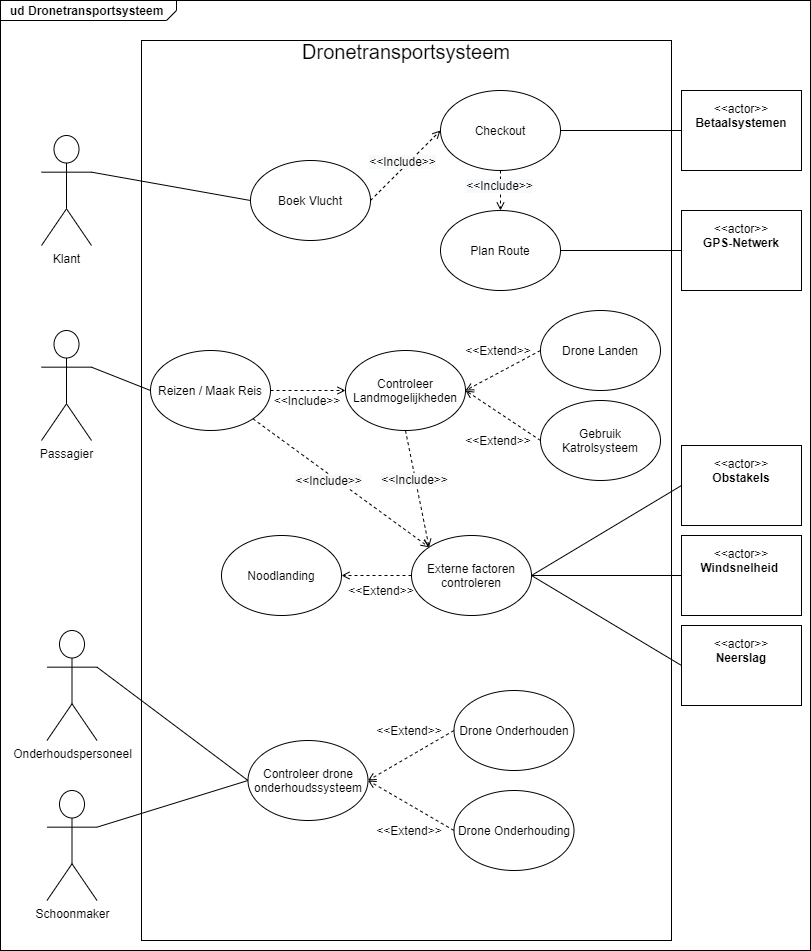
Above: Usecases/usecases.png in ASCanak/SysEn (draw.io), before the change. Source tidied: cells renumbered, new cells last; positions are measured from the earlier drawing's top-left corner, leaving out a move shared by most shapes.
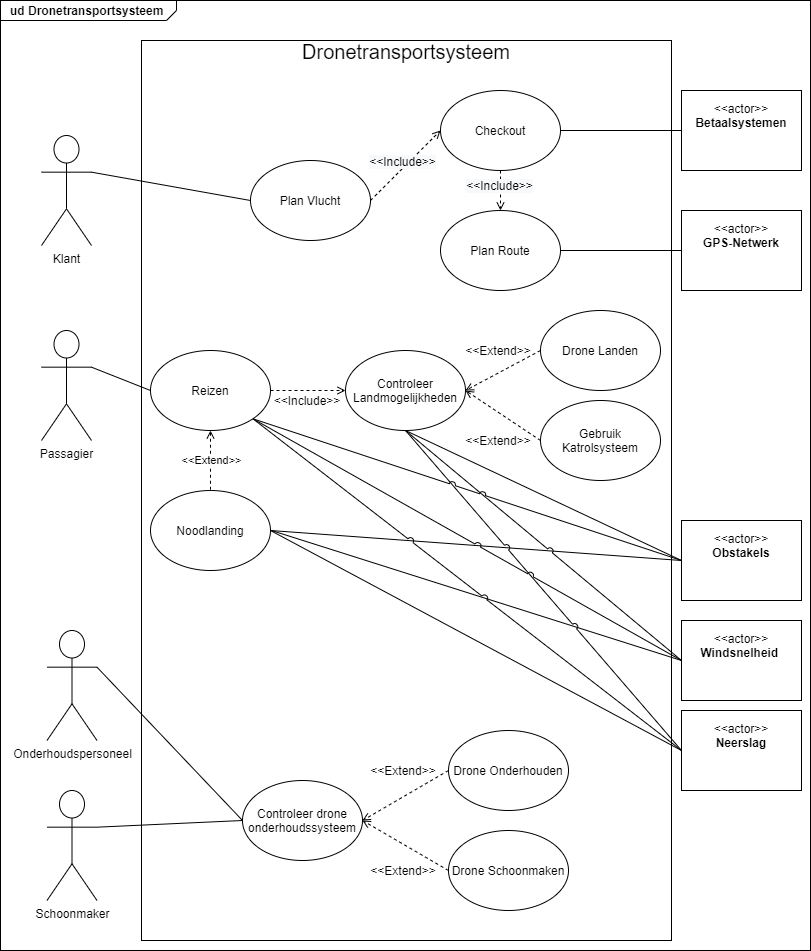
After the change.

What changed in the source:
```diff
@@ -18,13 +18,13 @@
       <mxGeometry x="46.5" y="790" width="50" height="110" as="geometry" />
     </mxCell>
     <mxCell id="7" value="&lt;p&gt;&amp;lt;&amp;lt;actor&amp;gt;&amp;gt;&lt;br&gt;&lt;b&gt;Windsnelheid&amp;nbsp;&lt;/b&gt;&lt;/p&gt;" style="shape=rect;html=1;overflow=fill;whiteSpace=wrap;align=center;" parent="1" vertex="1">
-      <mxGeometry x="681" y="535" width="120" height="80" as="geometry" />
+      <mxGeometry x="681" y="620" width="120" height="80" as="geometry" />
     </mxCell>
     <mxCell id="8" value="&lt;p&gt;&amp;lt;&amp;lt;actor&amp;gt;&amp;gt;&lt;br&gt;&lt;b&gt;Neerslag&lt;/b&gt;&lt;/p&gt;" style="shape=rect;html=1;overflow=fill;whiteSpace=wrap;align=center;" parent="1" vertex="1">
-      <mxGeometry x="681" y="625" width="120" height="80" as="geometry" />
+      <mxGeometry x="681" y="710" width="120" height="80" as="geometry" />
     </mxCell>
     <mxCell id="9" value="&lt;p&gt;&amp;lt;&amp;lt;actor&amp;gt;&amp;gt;&lt;br&gt;&lt;b&gt;Obstakels&lt;/b&gt;&lt;/p&gt;" style="shape=rect;html=1;overflow=fill;whiteSpace=wrap;align=center;" parent="1" vertex="1">
-      <mxGeometry x="681" y="445" width="120" height="80" as="geometry" />
+      <mxGeometry x="681" y="520" width="120" height="80" as="geometry" />
     </mxCell>
     <mxCell id="10" value="&lt;p&gt;&amp;lt;&amp;lt;actor&amp;gt;&amp;gt;&lt;br&gt;&lt;b&gt;GPS-Netwerk&lt;/b&gt;&lt;/p&gt;" style="shape=rect;html=1;overflow=fill;whiteSpace=wrap;align=center;" parent="1" vertex="1">
       <mxGeometry x="681" y="210" width="120" height="80" as="geometry" />
@@ -32,26 +32,23 @@
     <mxCell id="11" value="&lt;font style=&quot;font-size: 20px&quot;&gt;Dronetransportsysteem&lt;/font&gt;&lt;p style=&quot;margin: 0px ; margin-top: 4px ; text-align: center ; text-decoration: underline&quot;&gt;&lt;/p&gt;" style="shape=rect;html=1;overflow=fill;whiteSpace=wrap;" parent="1" vertex="1">
       <mxGeometry x="141" y="40" width="530" height="900" as="geometry" />
     </mxCell>
-    <mxCell id="12" value="Boek Vlucht" style="ellipse;whiteSpace=wrap;html=1;" parent="1" vertex="1">
+    <mxCell id="12" value="Plan Vlucht" style="ellipse;whiteSpace=wrap;html=1;" parent="1" vertex="1">
       <mxGeometry x="250" y="160" width="120" height="80" as="geometry" />
     </mxCell>
-    <mxCell id="13" value="Reizen / Maak Reis" style="ellipse;whiteSpace=wrap;html=1;" parent="1" vertex="1">
+    <mxCell id="13" value="Reizen" style="ellipse;whiteSpace=wrap;html=1;" parent="1" vertex="1">
       <mxGeometry x="150" y="350" width="120" height="80" as="geometry" />
     </mxCell>
-    <mxCell id="14" value="Externe factoren controleren" style="ellipse;whiteSpace=wrap;html=1;" parent="1" vertex="1">
-      <mxGeometry x="411" y="535" width="120" height="80" as="geometry" />
-    </mxCell>
     <mxCell id="15" value="Controleer drone onderhoudssysteem" style="ellipse;whiteSpace=wrap;html=1;" parent="1" vertex="1">
-      <mxGeometry x="247.5" y="740" width="120" height="80" as="geometry" />
+      <mxGeometry x="242" y="780" width="120" height="80" as="geometry" />
     </mxCell>
     <mxCell id="16" value="Drone Onderhouden" style="ellipse;whiteSpace=wrap;html=1;" parent="1" vertex="1">
-      <mxGeometry x="453.5" y="690" width="120" height="80" as="geometry" />
+      <mxGeometry x="448" y="730" width="120" height="80" as="geometry" />
     </mxCell>
-    <mxCell id="17" value="Drone Onderhouding" style="ellipse;whiteSpace=wrap;html=1;" parent="1" vertex="1">
-      <mxGeometry x="453.5" y="790" width="120" height="80" as="geometry" />
+    <mxCell id="17" value="Drone Schoonmaken" style="ellipse;whiteSpace=wrap;html=1;" parent="1" vertex="1">
+      <mxGeometry x="448" y="830" width="120" height="80" as="geometry" />
     </mxCell>
     <mxCell id="18" value="Noodlanding" style="ellipse;whiteSpace=wrap;html=1;" parent="1" vertex="1">
-      <mxGeometry x="221" y="535" width="120" height="80" as="geometry" />
+      <mxGeometry x="150" y="490" width="120" height="80" as="geometry" />
     </mxCell>
     <mxCell id="19" value="Plan Route" style="ellipse;whiteSpace=wrap;html=1;" parent="1" vertex="1">
       <mxGeometry x="440" y="210" width="120" height="80" as="geometry" />
@@ -92,14 +89,11 @@
     <mxCell id="31" style="endArrow=open;html=1;exitX=0;exitY=0.5;exitDx=0;exitDy=0;dashed=1;endFill=0;entryX=1;entryY=0.5;entryDx=0;entryDy=0;" parent="1" edge="1" source="17" target="15">
       <mxGeometry relative="1" as="geometry" />
     </mxCell>
-    <mxCell id="32" value="&amp;lt;&amp;lt;Extend&amp;gt;&amp;gt;" style="text;html=1;strokeColor=none;fillColor=none;align=center;verticalAlign=middle;whiteSpace=wrap;rounded=0;" parent="1" vertex="1">
-      <mxGeometry x="361" y="580" width="40" height="20" as="geometry" />
-    </mxCell>
     <mxCell id="33" value="&amp;lt;&amp;lt;Extend&amp;gt;&amp;gt;" style="text;html=1;strokeColor=none;fillColor=none;align=center;verticalAlign=middle;whiteSpace=wrap;rounded=0;" parent="1" vertex="1">
-      <mxGeometry x="388.5" y="720" width="40" height="20" as="geometry" />
+      <mxGeometry x="383" y="760" width="40" height="20" as="geometry" />
     </mxCell>
     <mxCell id="34" value="&amp;lt;&amp;lt;Extend&amp;gt;&amp;gt;" style="text;html=1;strokeColor=none;fillColor=none;align=center;verticalAlign=middle;whiteSpace=wrap;rounded=0;" parent="1" vertex="1">
-      <mxGeometry x="388.5" y="820" width="40" height="20" as="geometry" />
+      <mxGeometry x="383" y="860" width="40" height="20" as="geometry" />
     </mxCell>
     <mxCell id="35" value="Checkout" style="ellipse;whiteSpace=wrap;html=1;" parent="1" vertex="1">
       <mxGeometry x="440" y="90" width="120" height="80" as="geometry" />
@@ -130,32 +124,25 @@
     <mxCell id="43" style="endArrow=none;html=1;exitX=1;exitY=0.3333333333333333;exitDx=0;exitDy=0;entryX=0;entryY=0.5;entryDx=0;entryDy=0;exitPerimeter=0;" parent="1" edge="1" source="5" target="13">
       <mxGeometry relative="1" as="geometry" />
     </mxCell>
-    <mxCell id="44" style="endArrow=open;html=1;exitX=0.5;exitY=1;exitDx=0;exitDy=0;dashed=1;endFill=0;entryX=0;entryY=0;entryDx=0;entryDy=0;" parent="1" edge="1" source="20" target="14">
-      <mxGeometry relative="1" as="geometry" />
-    </mxCell>
-    <mxCell id="45" value="&lt;span style=&quot;font-size: 12px ; background-color: rgb(248 , 249 , 250)&quot;&gt;&amp;lt;&amp;lt;Include&amp;gt;&amp;gt;&lt;/span&gt;" style="edgeLabel;html=1;align=center;verticalAlign=middle;" parent="44" vertex="1">
-      <mxGeometry x="-0.18" y="-1" relative="1" as="geometry" />
-    </mxCell>
-    <mxCell id="46" style="endArrow=open;html=1;exitX=0;exitY=0.5;exitDx=0;exitDy=0;dashed=1;endFill=0;entryX=1;entryY=0.5;entryDx=0;entryDy=0;" parent="1" edge="1" source="14" target="18">
+    <mxCell id="46" style="endArrow=none;html=1;exitX=0.5;exitY=1;exitDx=0;exitDy=0;dashed=1;endFill=0;entryX=0.5;entryY=0;entryDx=0;entryDy=0;startArrow=open;startFill=0;" parent="1" edge="1" source="13" target="18">
       <mxGeometry relative="1" as="geometry" />
     </mxCell>
+    <mxCell id="32" value="&amp;lt;&amp;lt;Extend&amp;gt;&amp;gt;" style="edgeLabel;html=1;align=center;verticalAlign=middle;" parent="46" vertex="1">
+      <mxGeometry x="-0.3" y="1" relative="1" as="geometry">
+        <mxPoint x="-1" y="8" as="offset" />
+      </mxGeometry>
+    </mxCell>
-    <mxCell id="47" style="endArrow=none;html=1;exitX=0;exitY=0.5;exitDx=0;exitDy=0;entryX=1;entryY=0.5;entryDx=0;entryDy=0;" parent="1" edge="1" source="9" target="14">
+    <mxCell id="47" style="endArrow=none;html=1;exitX=0;exitY=0.5;exitDx=0;exitDy=0;entryX=1;entryY=0.5;entryDx=0;entryDy=0;jumpStyle=arc;" parent="1" edge="1" source="9" target="18">
       <mxGeometry relative="1" as="geometry" />
     </mxCell>
-    <mxCell id="48" style="endArrow=none;html=1;exitX=0;exitY=0.5;exitDx=0;exitDy=0;entryX=1;entryY=0.5;entryDx=0;entryDy=0;" parent="1" edge="1" source="7" target="14">
-      <mxGeometry relative="1" as="geometry" />
+    <mxCell id="48" style="endArrow=none;html=1;exitX=0;exitY=0.5;exitDx=0;exitDy=0;jumpStyle=arc;" parent="1" edge="1" source="7">
+      <mxGeometry relative="1" as="geometry">
+        <mxPoint x="271" y="530" as="targetPoint" />
+      </mxGeometry>
     </mxCell>
-    <mxCell id="49" style="endArrow=none;html=1;exitX=1;exitY=0.5;exitDx=0;exitDy=0;entryX=0;entryY=0.5;entryDx=0;entryDy=0;" parent="1" edge="1" source="14" target="8">
+    <mxCell id="49" style="endArrow=none;html=1;exitX=1;exitY=0.5;exitDx=0;exitDy=0;entryX=0;entryY=0.5;entryDx=0;entryDy=0;jumpStyle=arc;" parent="1" edge="1" source="18" target="8">
       <mxGeometry relative="1" as="geometry" />
     </mxCell>
-    <mxCell id="50" style="endArrow=open;html=1;exitX=1;exitY=1;exitDx=0;exitDy=0;dashed=1;endFill=0;entryX=0;entryY=0;entryDx=0;entryDy=0;" parent="1" edge="1" source="13" target="14">
-      <mxGeometry relative="1" as="geometry" />
-    </mxCell>
-    <mxCell id="51" value="&lt;span style=&quot;font-size: 12px ; background-color: rgb(248 , 249 , 250)&quot;&gt;&amp;lt;&amp;lt;Include&amp;gt;&amp;gt;&lt;/span&gt;" style="edgeLabel;html=1;align=center;verticalAlign=middle;" parent="50" vertex="1">
-      <mxGeometry x="-0.14" y="1" relative="1" as="geometry">
-        <mxPoint x="-2" y="7.1" as="offset" />
-      </mxGeometry>
-    </mxCell>
     <mxCell id="52" style="endArrow=none;html=1;entryX=1;entryY=0.3333333333333333;entryDx=0;entryDy=0;entryPerimeter=0;exitX=0;exitY=0.5;exitDx=0;exitDy=0;" parent="1" edge="1" source="15" target="4">
       <mxGeometry relative="1" as="geometry" />
     </mxCell>
@@ -165,5 +152,27 @@
     <mxCell id="54" value="&lt;span style=&quot;font-size: 12px ; background-color: rgb(248 , 249 , 250)&quot;&gt;&amp;lt;&amp;lt;Include&amp;gt;&amp;gt;&lt;/span&gt;" style="edgeLabel;html=1;align=center;verticalAlign=middle;" parent="1" vertex="1">
       <mxGeometry x="498" y="184" as="geometry" />
     </mxCell>
+    <mxCell id="55" style="endArrow=none;html=1;exitX=0;exitY=0.5;exitDx=0;exitDy=0;entryX=0.5;entryY=1;entryDx=0;entryDy=0;jumpStyle=arc;" parent="1" edge="1" source="8" target="20">
+      <mxGeometry relative="1" as="geometry" />
+    </mxCell>
+    <mxCell id="56" style="endArrow=none;html=1;entryX=0.5;entryY=1;entryDx=0;entryDy=0;jumpStyle=arc;exitX=0;exitY=0.5;exitDx=0;exitDy=0;" parent="1" edge="1" source="7" target="20">
+      <mxGeometry relative="1" as="geometry" />
+    </mxCell>
+    <mxCell id="57" style="endArrow=none;html=1;exitX=0;exitY=0.5;exitDx=0;exitDy=0;entryX=0.5;entryY=1;entryDx=0;entryDy=0;jumpStyle=arc;" parent="1" edge="1" source="9" target="20">
+      <mxGeometry relative="1" as="geometry" />
+    </mxCell>
+    <mxCell id="58" style="endArrow=none;html=1;exitX=0;exitY=0.5;exitDx=0;exitDy=0;entryX=1;entryY=1;entryDx=0;entryDy=0;jumpStyle=arc;" parent="1" edge="1" source="8" target="13">
+      <mxGeometry relative="1" as="geometry" />
+    </mxCell>
+    <mxCell id="59" style="endArrow=none;html=1;exitX=0;exitY=0.5;exitDx=0;exitDy=0;entryX=1;entryY=1;entryDx=0;entryDy=0;jumpStyle=arc;" parent="1" edge="1" source="7" target="13">
+      <mxGeometry relative="1" as="geometry" />
+    </mxCell>
+    <mxCell id="60" style="endArrow=none;html=1;exitX=0;exitY=0.5;exitDx=0;exitDy=0;entryX=1;entryY=1;entryDx=0;entryDy=0;jumpStyle=arc;" parent="1" edge="1" source="9" target="13">
+      <mxGeometry relative="1" as="geometry">
+        <Array as="points">
+          <mxPoint x="441" y="480" />
+        </Array>
+      </mxGeometry>
+    </mxCell>
   </root>
 </mxGraphModel>
```
